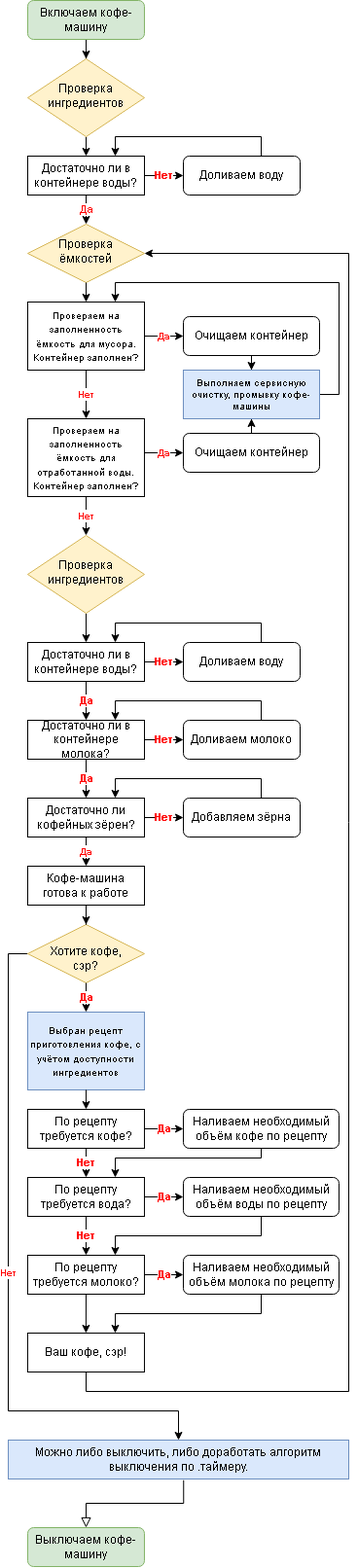
The draw.io diagram Кофемашина.drawio.png in otusteamedu/PHP_BASIC_2022, before a commit. Source tidied: cells renumbered, new cells last; positions are measured from the earlier drawing's top-left corner, leaving out a move shared by most shapes.
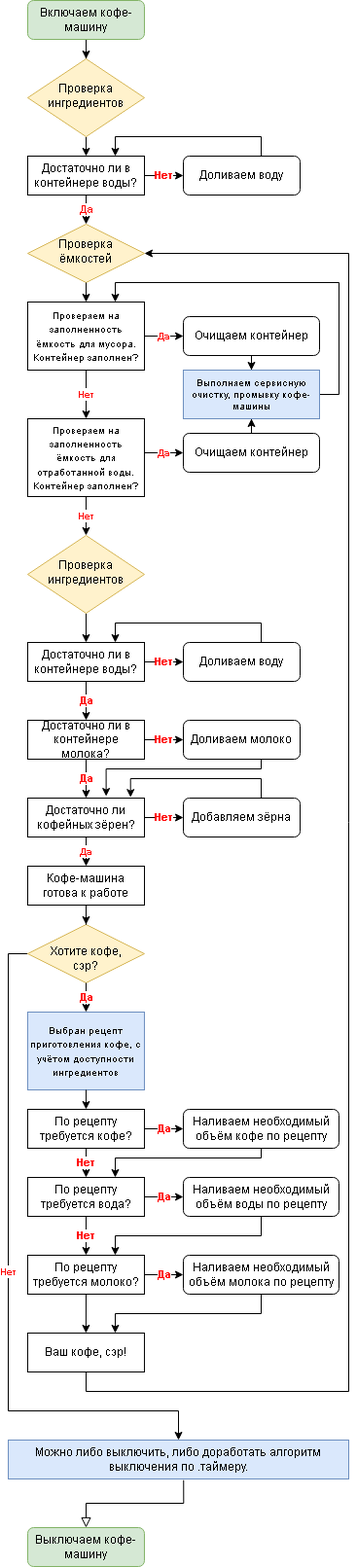
The same file after the commit.

Commit message:
Изменил алгоритм

Выбор молока не является обязательным условием. Без молока можно приготовить много вариантов кофе (эспрессо, ристретто, лунго, регулар). Без воды и кофе вряд-ли.

Diff of the diagram source:
```diff
@@ -52,22 +52,24 @@
     <mxCell id="16" value="Доливаем воду" style="rounded=1;whiteSpace=wrap;html=1;" parent="1" vertex="1">
       <mxGeometry x="180" y="660" width="120" height="40" as="geometry" />
     </mxCell>
-    <mxCell id="17" style="edgeStyle=orthogonalEdgeStyle;rounded=0;jettySize=auto;html=1;entryX=0.75;entryY=0;entryDx=0;entryDy=0;fontColor=#FF0000;" parent="1" edge="1" source="18" target="11">
+    <mxCell id="17" style="edgeStyle=orthogonalEdgeStyle;rounded=0;jettySize=auto;html=1;entryX=0.672;entryY=-0.048;entryDx=0;entryDy=0;fontColor=#FF0000;entryPerimeter=0;" parent="1" edge="1" source="18" target="14">
       <mxGeometry relative="1" as="geometry">
         <Array as="points">
-          <mxPoint x="260" y="720" />
-          <mxPoint x="110" y="720" />
+          <mxPoint x="260" y="790" />
+          <mxPoint x="101" y="790" />
+          <mxPoint x="101" y="818" />
         </Array>
       </mxGeometry>
     </mxCell>
     <mxCell id="18" value="Доливаем молоко" style="rounded=1;whiteSpace=wrap;html=1;" parent="1" vertex="1">
       <mxGeometry x="180" y="740" width="120" height="40" as="geometry" />
     </mxCell>
-    <mxCell id="19" style="edgeStyle=orthogonalEdgeStyle;rounded=0;jettySize=auto;html=1;entryX=0.75;entryY=0;entryDx=0;entryDy=0;fontColor=#FF0000;" parent="1" edge="1" source="20" target="14">
+    <mxCell id="19" style="edgeStyle=orthogonalEdgeStyle;rounded=0;jettySize=auto;html=1;entryX=0.881;entryY=-0.02;entryDx=0;entryDy=0;fontColor=#FF0000;entryPerimeter=0;" parent="1" edge="1" source="20" target="14">
       <mxGeometry relative="1" as="geometry">
         <Array as="points">
           <mxPoint x="260" y="800" />
-          <mxPoint x="110" y="800" />
+          <mxPoint x="126" y="800" />
+          <mxPoint x="126" y="819" />
         </Array>
       </mxGeometry>
     </mxCell>
```
